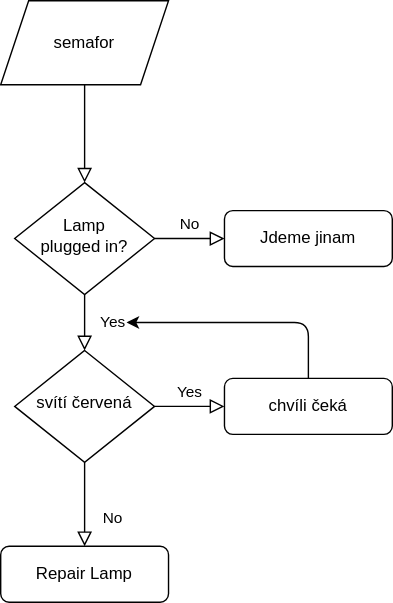
Above: lukykrill/super diagram.drawio.svg in PetrMachacka/diagrams.net (draw.io), before the change. Source tidied: cells renumbered, new cells last; positions are measured from the earlier drawing's top-left corner, leaving out a move shared by most shapes.
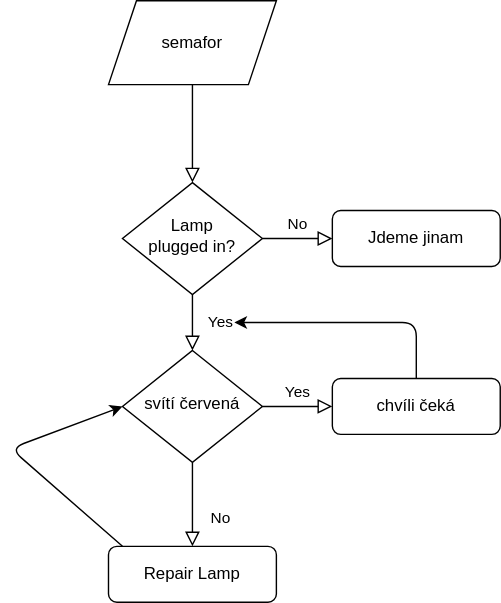
Later version of the same file.

Change to the diagram source:
```diff
@@ -43,5 +43,13 @@
         </Array>
       </mxGeometry>
     </mxCell>
+    <mxCell id="14" style="endArrow=classic;html=1;entryX=0;entryY=0.5;entryDx=0;entryDy=0;" parent="1" edge="1" target="8">
+      <mxGeometry relative="1" as="geometry">
+        <mxPoint x="10" y="390" as="sourcePoint" />
+        <Array as="points">
+          <mxPoint x="-70" y="320" />
+        </Array>
+      </mxGeometry>
+    </mxCell>
   </root>
 </mxGraphModel>
```
